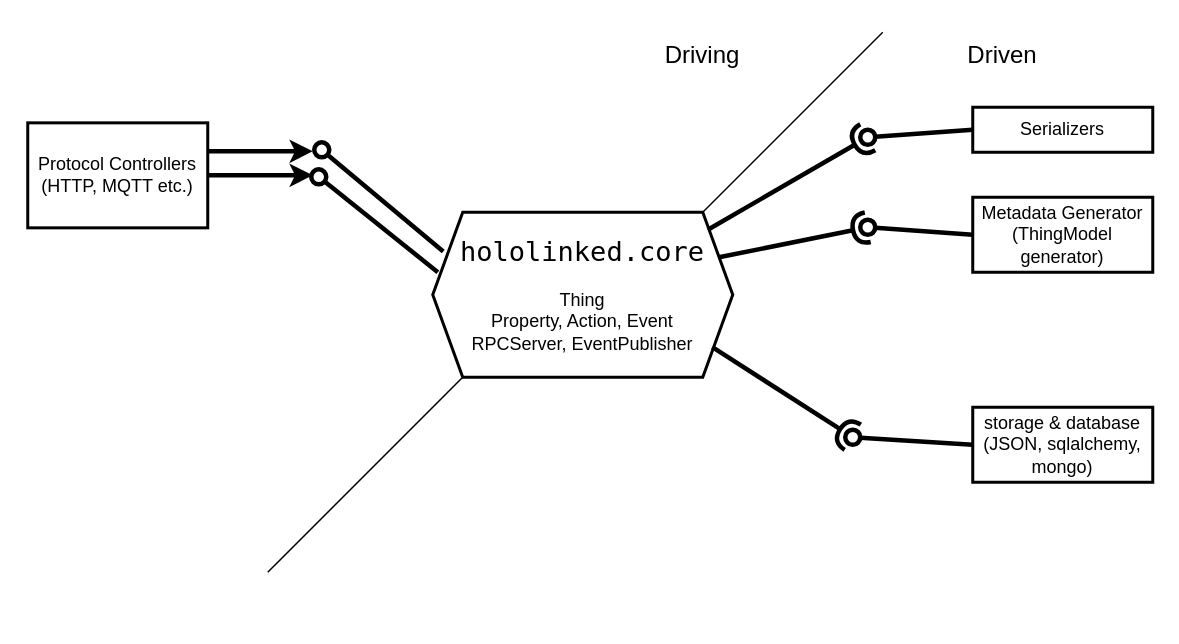
The draw.io diagram docs/UML/drawio/hexagonal-architecture.drawio in hololinked-dev/docs, before the edit. Source tidied: cells renumbered, new cells numbered last; positions are measured from the earlier drawing's top-left corner, leaving out a move shared by most shapes. Both pictures are drawn from the tidied source at 150%, with x=0, y=0 at pixel (27, 32).
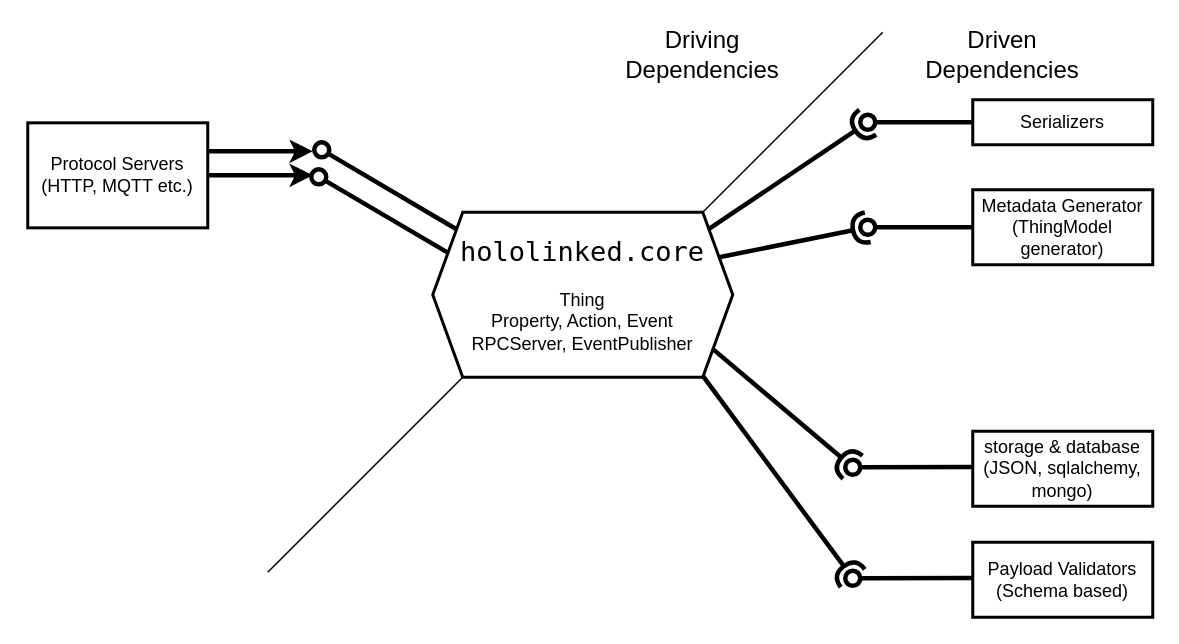
Above is the later version.

Commit message (it also covers changes not shown here):
add info about hexagonal architecture

Unchanged cells that the change refers to:
```xml
<mxCell id="2" value="&lt;font style=&quot;font-size: 18px;&quot; face=&quot;Lucida Console&quot;&gt;hololinked.core&lt;/font&gt;&lt;div&gt;&lt;br&gt;&lt;div&gt;Thing&lt;/div&gt;&lt;div&gt;Property, Action, Event&lt;/div&gt;&lt;div&gt;&lt;span style=&quot;background-color: transparent; color: light-dark(rgb(0, 0, 0), rgb(255, 255, 255));&quot;&gt;RPCServer, EventPublisher&lt;/span&gt;&lt;/div&gt;&lt;/div&gt;" style="shape=hexagon;perimeter=hexagonPerimeter2;whiteSpace=wrap;html=1;fixedSize=1;strokeWidth=2;" parent="1" vertex="1">
  <mxGeometry x="270" y="120" width="200" height="110" as="geometry" />
</mxCell>
```

What changed in the source:
```diff
@@
     <mxCell id="6" style="rounded=1;jettySize=auto;html=1;endArrow=halfCircle;endFill=0;endSize=6;strokeWidth=3;sketch=0;exitX=0.917;exitY=0.106;exitDx=0;exitDy=0;curved=0;exitPerimeter=0;" parent="1" edge="1" source="2">
       <mxGeometry relative="1" as="geometry">
-        <mxPoint x="560" y="70" as="targetPoint" />
+        <mxPoint x="560" y="60" as="targetPoint" />
       </mxGeometry>
     </mxCell>
     <mxCell id="7" style="rounded=1;jettySize=auto;html=1;endArrow=oval;endFill=0;sketch=0;sourcePerimeterSpacing=0;targetPerimeterSpacing=0;endSize=10;curved=0;strokeWidth=3;exitX=0;exitY=0.5;exitDx=0;exitDy=0;" parent="1" edge="1" source="9">
       <mxGeometry relative="1" as="geometry">
-        <mxPoint x="560" y="70" as="targetPoint" />
+        <mxPoint x="560" y="60" as="targetPoint" />
       </mxGeometry>
     </mxCell>
@@
     <mxCell id="9" value="Serializers" style="rounded=0;whiteSpace=wrap;html=1;strokeWidth=2;" parent="1" vertex="1">
-      <mxGeometry x="630" y="50" width="120" height="30" as="geometry" />
+      <mxGeometry x="630" y="45" width="120" height="30" as="geometry" />
     </mxCell>
@@
     <mxCell id="12" value="Metadata Generator&lt;div&gt;(ThingModel generator)&lt;/div&gt;" style="rounded=0;whiteSpace=wrap;html=1;strokeWidth=2;" parent="1" vertex="1">
-      <mxGeometry x="630" y="110" width="120" height="50" as="geometry" />
+      <mxGeometry x="630" y="105" width="120" height="50" as="geometry" />
     </mxCell>
     <mxCell id="13" style="rounded=1;orthogonalLoop=1;jettySize=auto;html=1;endArrow=halfCircle;endFill=0;endSize=6;strokeWidth=3;sketch=0;exitX=0.932;exitY=0.863;exitDx=0;exitDy=0;curved=0;exitPerimeter=0;" parent="1" edge="1">
       <mxGeometry relative="1" as="geometry">
-        <mxPoint x="456.4" y="209.9" as="sourcePoint" />
-        <mxPoint x="550" y="270" as="targetPoint" />
+        <mxPoint x="456.4" y="210.9" as="sourcePoint" />
+        <mxPoint x="550" y="290" as="targetPoint" />
       </mxGeometry>
     </mxCell>
-    <mxCell id="14" style="rounded=1;jettySize=auto;html=1;endArrow=oval;endFill=0;sketch=0;sourcePerimeterSpacing=0;targetPerimeterSpacing=0;endSize=10;curved=0;strokeWidth=3;exitX=0;exitY=0.5;exitDx=0;exitDy=0;" parent="1" edge="1" source="15">
+    <mxCell id="14" style="rounded=1;jettySize=auto;html=1;endArrow=oval;endFill=0;sketch=0;sourcePerimeterSpacing=0;targetPerimeterSpacing=0;endSize=10;curved=0;strokeWidth=3;exitX=0.004;exitY=0.475;exitDx=0;exitDy=0;exitPerimeter=0;" parent="1" edge="1" source="15">
       <mxGeometry relative="1" as="geometry">
-        <mxPoint x="550" y="270" as="targetPoint" />
+        <mxPoint x="550" y="290" as="targetPoint" />
       </mxGeometry>
     </mxCell>
     <mxCell id="15" value="storage &amp;amp; database&lt;div&gt;(JSON, sqlalchemy, mongo)&lt;/div&gt;" style="rounded=0;whiteSpace=wrap;html=1;strokeWidth=2;" parent="1" vertex="1">
-      <mxGeometry x="630" y="250" width="120" height="50" as="geometry" />
+      <mxGeometry x="630" y="266" width="120" height="50" as="geometry" />
     </mxCell>
-    <mxCell id="16" value="Protocol Controllers&lt;div&gt;(HTTP, MQTT etc.)&lt;/div&gt;" style="rounded=0;whiteSpace=wrap;html=1;strokeWidth=2;" parent="1" vertex="1">
+    <mxCell id="16" value="Protocol Servers&lt;div&gt;(HTTP, MQTT etc.)&lt;/div&gt;" style="rounded=0;whiteSpace=wrap;html=1;strokeWidth=2;" parent="1" vertex="1">
       <mxGeometry y="60.4" width="120" height="70" as="geometry" />
     </mxCell>
@@
-    <mxCell id="18" style="rounded=1;orthogonalLoop=1;jettySize=auto;html=1;endArrow=oval;endFill=0;sketch=0;sourcePerimeterSpacing=0;targetPerimeterSpacing=0;endSize=10;curved=0;strokeWidth=3;exitX=0.047;exitY=0.215;exitDx=0;exitDy=0;exitPerimeter=0;" parent="1" edge="1">
+    <mxCell id="18" style="rounded=1;jettySize=auto;html=1;endArrow=oval;endFill=0;sketch=0;sourcePerimeterSpacing=0;targetPerimeterSpacing=0;endSize=10;curved=0;strokeWidth=3;exitX=0.05;exitY=0.245;exitDx=0;exitDy=0;exitPerimeter=0;" parent="1" edge="1" source="2">
       <mxGeometry relative="1" as="geometry">
-        <mxPoint x="273.4" y="160" as="sourcePoint" />
         <mxPoint x="194" y="96.4" as="targetPoint" />
       </mxGeometry>
     </mxCell>
@@
-    <mxCell id="20" style="rounded=1;orthogonalLoop=1;jettySize=auto;html=1;endArrow=oval;endFill=0;sketch=0;sourcePerimeterSpacing=0;targetPerimeterSpacing=0;endSize=10;curved=0;strokeWidth=3;exitX=0.085;exitY=0.052;exitDx=0;exitDy=0;exitPerimeter=0;" parent="1" edge="1">
+    <mxCell id="20" style="rounded=1;jettySize=auto;html=1;endArrow=oval;endFill=0;sketch=0;sourcePerimeterSpacing=0;targetPerimeterSpacing=0;endSize=10;curved=0;strokeWidth=3;exitX=0.082;exitY=0.106;exitDx=0;exitDy=0;exitPerimeter=0;" parent="1" edge="1" source="2">
       <mxGeometry relative="1" as="geometry">
-        <mxPoint x="277" y="146.1" as="sourcePoint" />
         <mxPoint x="196" y="78.4" as="targetPoint" />
       </mxGeometry>
     </mxCell>
-    <mxCell id="21" value="&lt;font style=&quot;font-size: 16px;&quot;&gt;Driven&lt;/font&gt;" style="text;html=1;whiteSpace=wrap;strokeColor=none;fillColor=none;align=center;verticalAlign=middle;rounded=0;" parent="1" vertex="1">
+    <mxCell id="21" value="&lt;font style=&quot;font-size: 16px;&quot;&gt;Driven Dependencies&lt;/font&gt;" style="text;html=1;whiteSpace=wrap;strokeColor=none;fillColor=none;align=center;verticalAlign=middle;rounded=0;" parent="1" vertex="1">
       <mxGeometry x="620" width="60" height="30" as="geometry" />
     </mxCell>
-    <mxCell id="22" value="&lt;font style=&quot;font-size: 16px;&quot;&gt;Driving&lt;/font&gt;" style="text;html=1;whiteSpace=wrap;strokeColor=none;fillColor=none;align=center;verticalAlign=middle;rounded=0;" parent="1" vertex="1">
+    <mxCell id="22" value="&lt;font style=&quot;font-size: 16px;&quot;&gt;Driving&lt;/font&gt;&lt;div&gt;&lt;font style=&quot;font-size: 16px;&quot;&gt;Dependencies&lt;/font&gt;&lt;/div&gt;" style="text;html=1;whiteSpace=wrap;strokeColor=none;fillColor=none;align=center;verticalAlign=middle;rounded=0;" parent="1" vertex="1">
       <mxGeometry x="420" width="60" height="30" as="geometry" />
     </mxCell>
+    <mxCell id="23" style="rounded=1;jettySize=auto;html=1;endArrow=halfCircle;endFill=0;endSize=6;strokeWidth=3;sketch=0;exitX=0.899;exitY=0.989;exitDx=0;exitDy=0;curved=0;exitPerimeter=0;" parent="1" edge="1" source="2">
+      <mxGeometry relative="1" as="geometry">
+        <mxPoint x="550" y="364" as="targetPoint" />
+      </mxGeometry>
+    </mxCell>
+    <mxCell id="24" style="rounded=1;jettySize=auto;html=1;endArrow=oval;endFill=0;sketch=0;sourcePerimeterSpacing=0;targetPerimeterSpacing=0;endSize=10;curved=0;strokeWidth=3;exitX=0.004;exitY=0.475;exitDx=0;exitDy=0;exitPerimeter=0;" parent="1" edge="1" source="25">
+      <mxGeometry relative="1" as="geometry">
+        <mxPoint x="550" y="364" as="targetPoint" />
+      </mxGeometry>
+    </mxCell>
+    <mxCell id="25" value="Payload Validators&lt;div&gt;(Schema based)&lt;/div&gt;" style="rounded=0;whiteSpace=wrap;html=1;strokeWidth=2;" parent="1" vertex="1">
+      <mxGeometry x="630" y="340" width="120" height="50" as="geometry" />
+    </mxCell>
```
